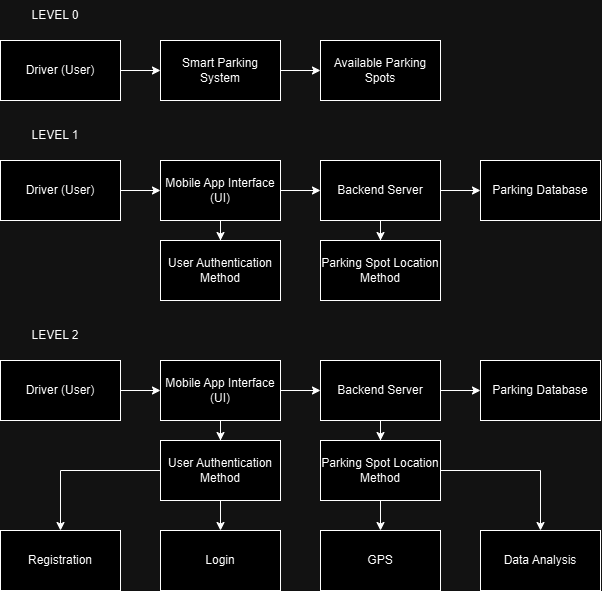
OwenAEdwards/SmartParking keeps this draw.io diagram as Senior-Design-Project/Design_Diagrams/SPS_Design_Diagram.png. Above is the earlier version. Source tidied: cells renumbered, new cells last; positions are measured from the earlier drawing's top-left corner, leaving out a move shared by most shapes.
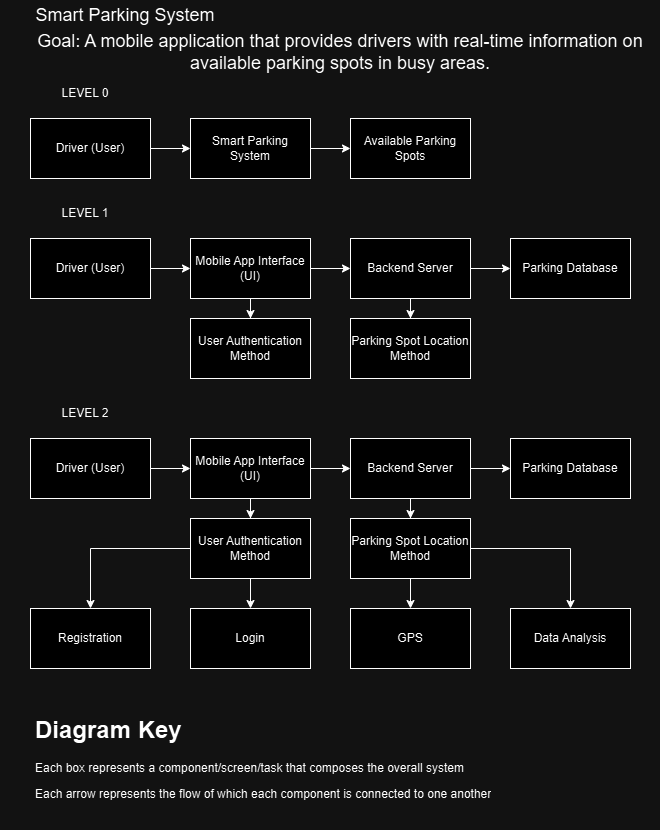
After the commit.

Commit message:
Update diagrams with explanatory information

Diff of the diagram source:
```diff
@@ -116,5 +116,14 @@
     <mxCell id="39" value="Registration" style="rounded=0;whiteSpace=wrap;html=1;" parent="1" vertex="1">
       <mxGeometry y="530" width="120" height="60" as="geometry" />
     </mxCell>
+    <mxCell id="40" value="&lt;font style=&quot;font-size: 18px;&quot;&gt;Smart Parking System&lt;/font&gt;" style="text;html=1;strokeColor=none;fillColor=none;align=center;verticalAlign=middle;whiteSpace=wrap;rounded=0;" parent="1" vertex="1">
+      <mxGeometry x="-30" y="-78" width="250" height="30" as="geometry" />
+    </mxCell>
+    <mxCell id="41" value="&lt;font style=&quot;font-size: 18px;&quot;&gt;Goal:&amp;nbsp;A mobile application that provides drivers with real-time information on available parking spots in busy areas.&lt;blockquote style=&quot;box-sizing: border-box; margin-top: 0px; margin-right: 0px; margin-left: 0px; padding: 0px 1em; color: var(--fgColor-muted, var(--color-fg-muted)); border-left: .25em solid var(--borderColor-default, var(--color-border-default)); font-family: -apple-system, BlinkMacSystemFont, &amp;quot;Segoe UI&amp;quot;, &amp;quot;Noto Sans&amp;quot;, Helvetica, Arial, sans-serif, &amp;quot;Apple Color Emoji&amp;quot;, &amp;quot;Segoe UI Emoji&amp;quot;; font-size: 16px; text-align: start; background-color: rgb(13, 17, 23); margin-bottom: 0px !important;&quot;&gt;&lt;/blockquote&gt;&amp;nbsp;&lt;/font&gt;" style="text;html=1;strokeColor=none;fillColor=none;align=center;verticalAlign=middle;whiteSpace=wrap;rounded=0;" parent="1" vertex="1">
+      <mxGeometry x="-10" y="-30" width="640" height="30" as="geometry" />
+    </mxCell>
+    <mxCell id="42" value="&lt;h1&gt;Diagram Key&lt;/h1&gt;&lt;p&gt;Each box represents a component/screen/task that composes the overall system&lt;/p&gt;&lt;p&gt;Each arrow represents the flow of which each component is connected to one another&lt;/p&gt;" style="text;html=1;strokeColor=none;fillColor=none;spacing=5;spacingTop=-20;whiteSpace=wrap;overflow=hidden;rounded=0;" parent="1" vertex="1">
+      <mxGeometry y="632" width="600" height="120" as="geometry" />
+    </mxCell>
   </root>
 </mxGraphModel>
```
